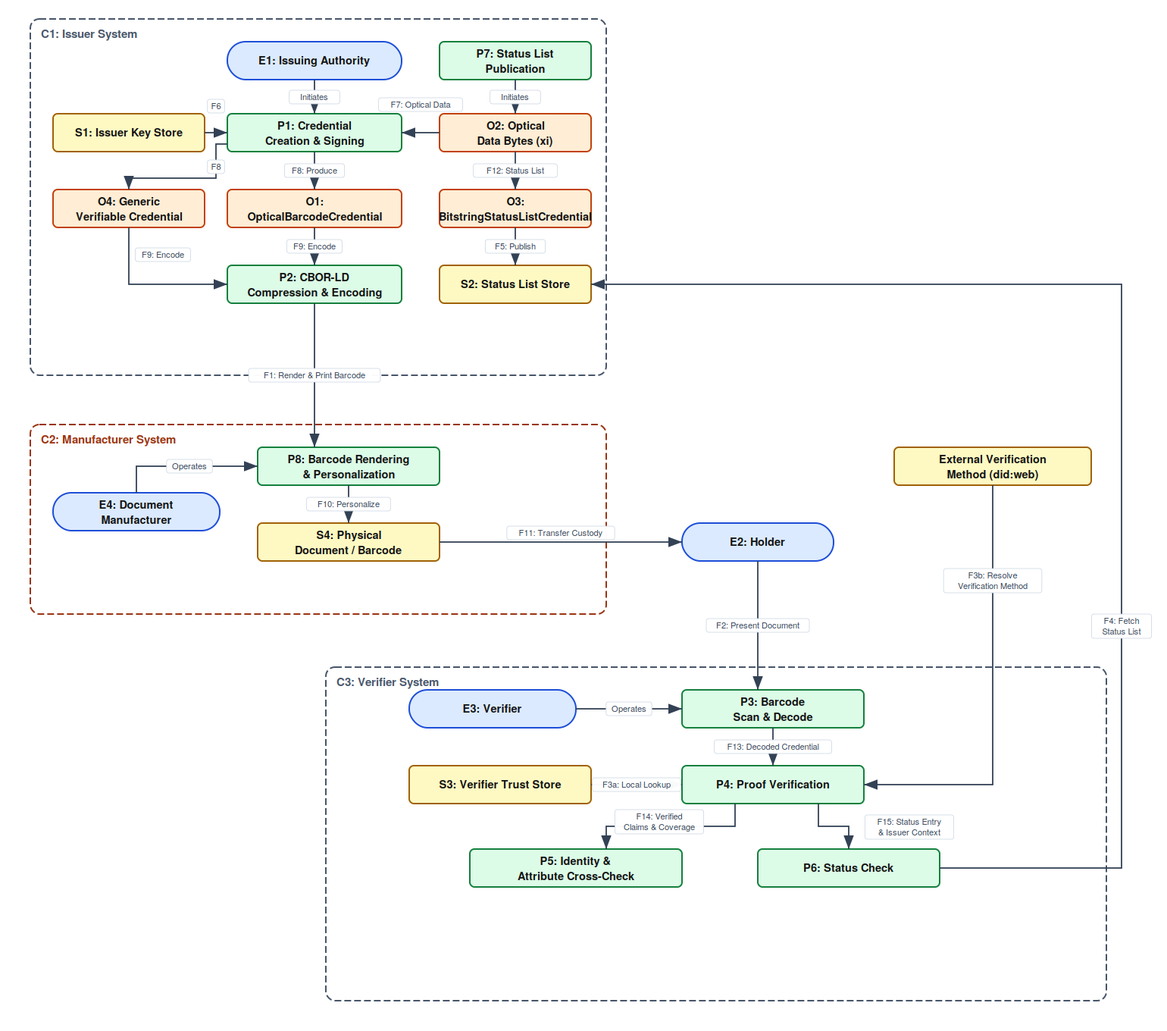
This is threat-model/diagrams/dfd.png from w3c/vc-barcodes, a Mermaid export, as it was before one commit. Its source is kept beside it as threat-model/diagrams/dfd.mermaid.
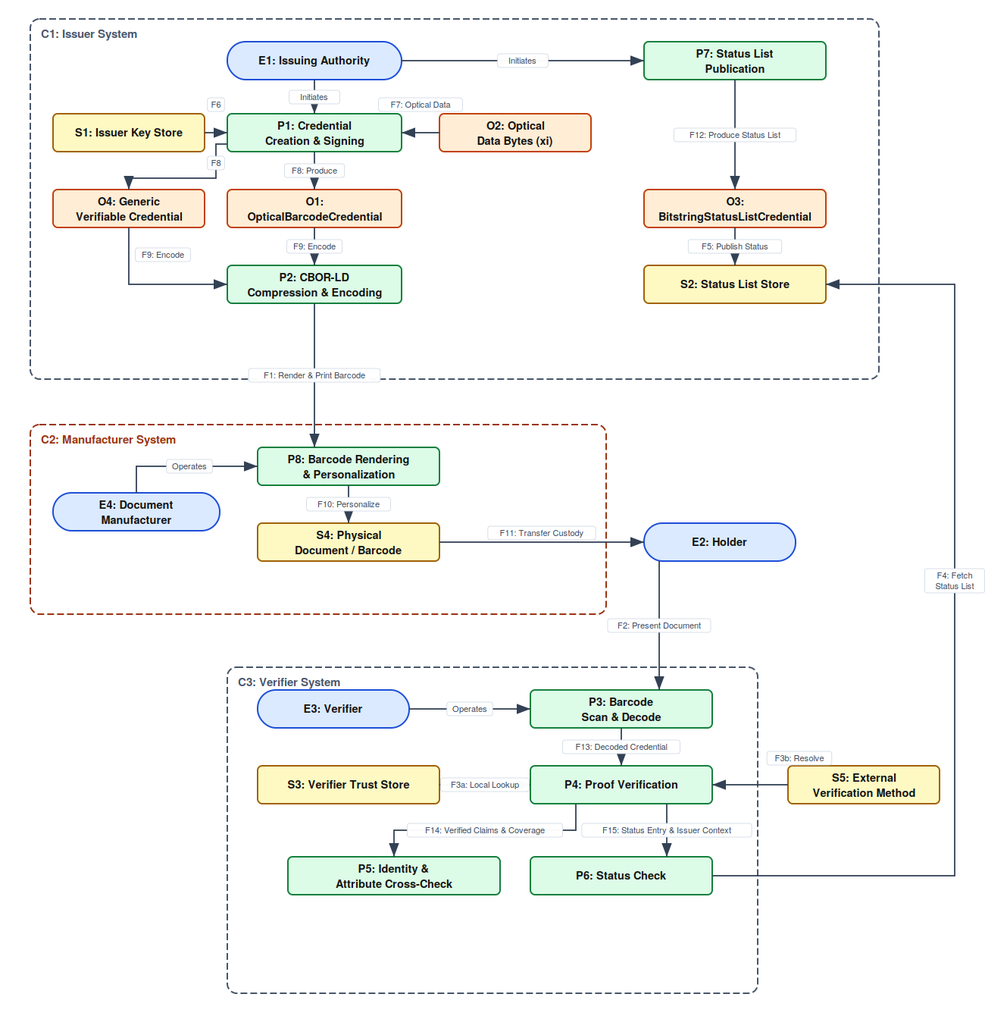
The same file after the commit.

Diff of the diagram source:
```diff
@@ -34,8 +34,7 @@
     E3["E3: Verifier"]:::entity
   end
 
-  DID[("External Verification Method
-  (e.g. did:web)")]:::store
+  S5[("S5: External Verification Method")]:::store
 
   E1 -->|"Initiates"| P1
   S1 -->|"F6: Provide Signing Key"| P1
@@ -57,7 +56,7 @@
   E3 -->|"Operates"| P3
   P3 -->|"F13: Decoded Credential"| P4
   S3 -->|"F3a: Local Trust-Store Lookup"| P4
-  DID -->|"F3b: Resolve Verification Method"| P4
+  S5 -->|"F3b: Resolve Verification Method"| P4
   P4 -->|"F14: Verified Claims and Coverage"| P5
   P4 -->|"F15: Validated Status Entry and Issuer Context"| P6
   P6 -->|"F4: Fetch Status List"| S2
```
